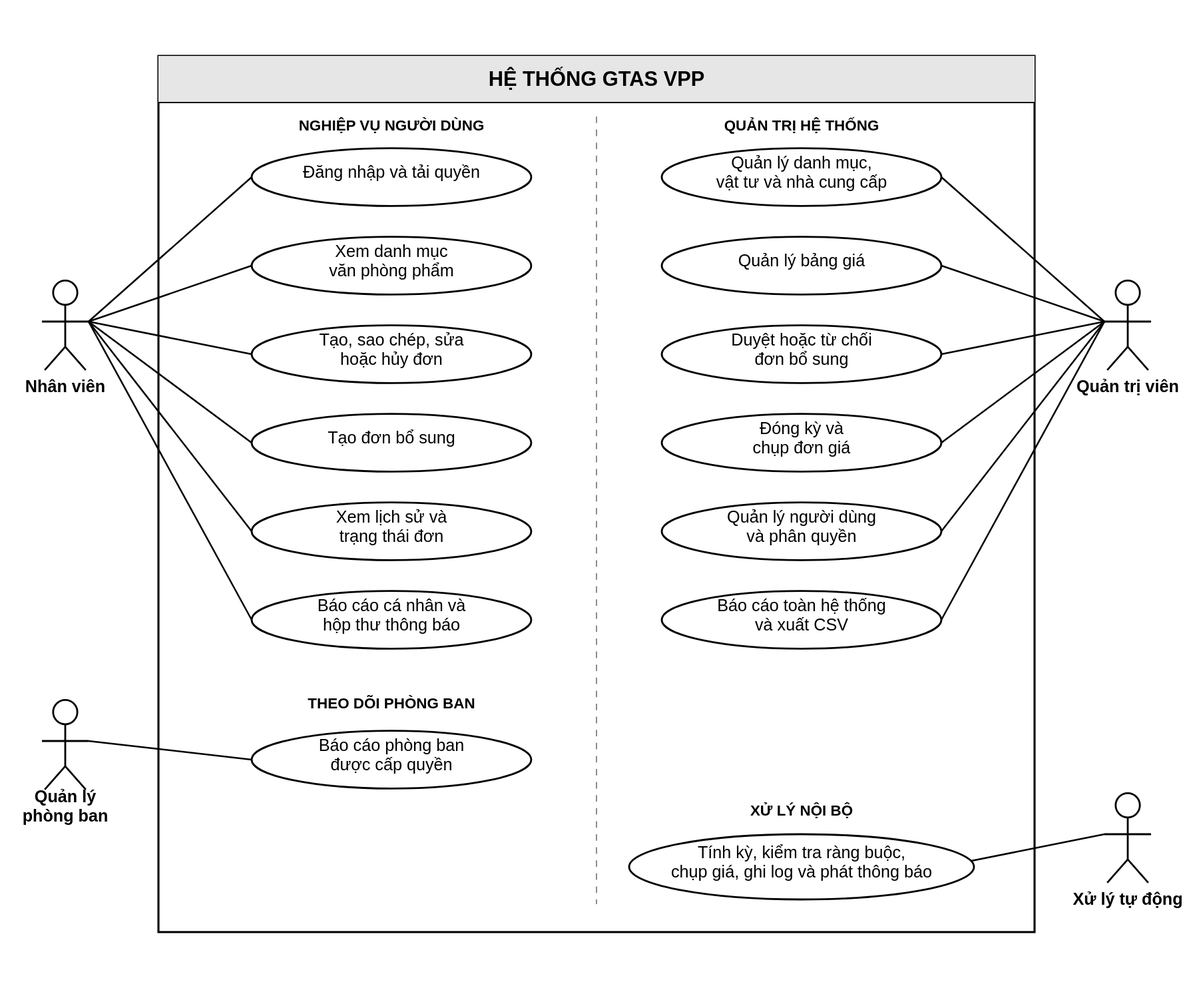
This is LVTN/diagrams/ch02/use-case-overview.svg from Miikey24s/gtas_vpp, a PlantUML export, as it was before one commit. Its source is kept beside it as LVTN/diagrams/ch02/use-case-overview.puml.
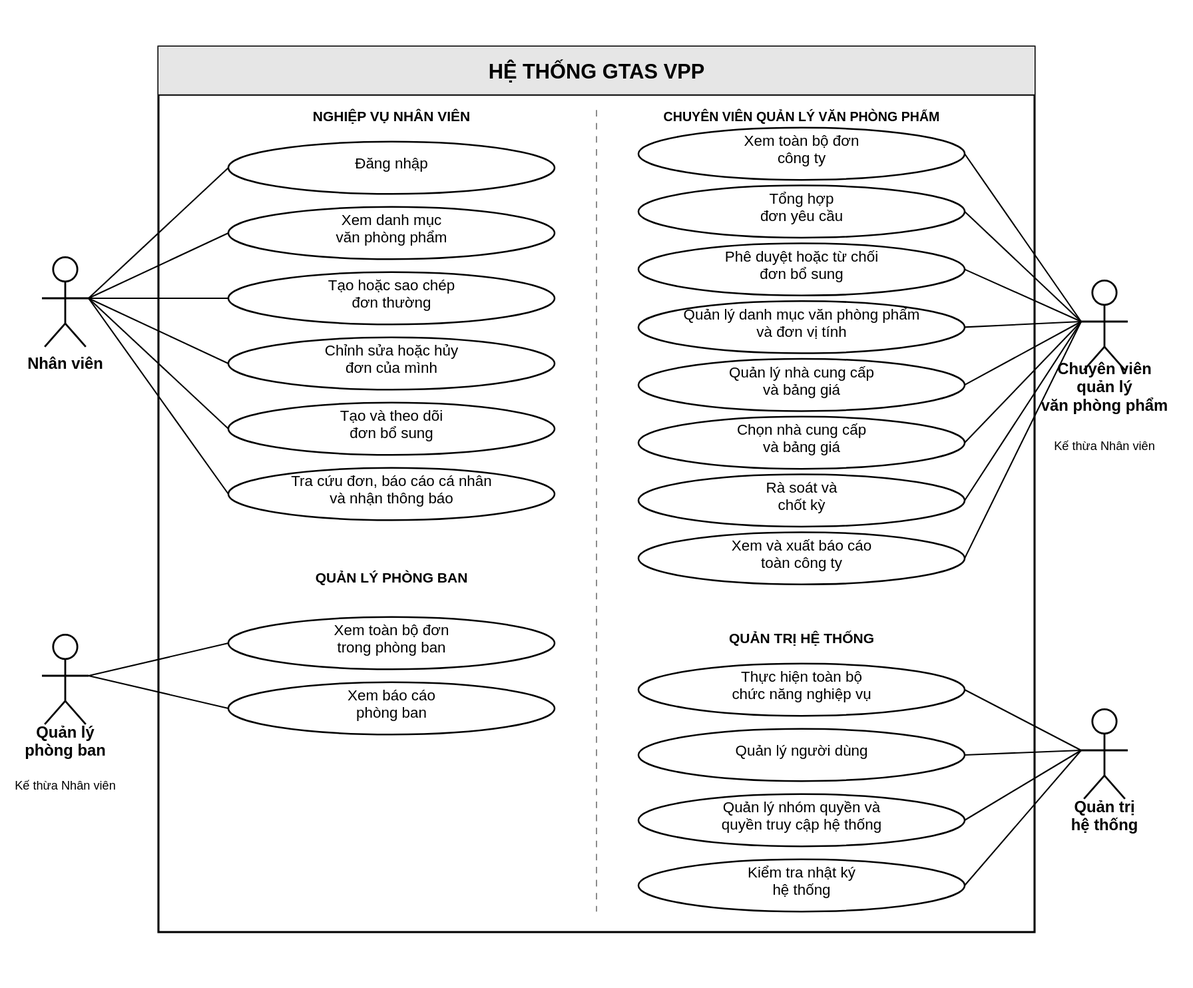
The same file after the commit.

Diff of the diagram source:
```diff
@@ -9,51 +9,61 @@
 
 title Sơ đồ use case tổng quát hệ thống GTAS VPP
 
-actor "Quản trị viên" as Admin
+actor "Nhân viên" as Employee
 actor "Quản lý\nphòng ban" as Manager
-actor "Nhân viên" as Employee
-actor "Xử lý tự động" as Automation
+actor "Chuyên viên\nquản lý\nvăn phòng phẩm" as Procurement
+actor "Quản trị\nhệ thống" as Admin
 
 rectangle "Hệ thống GTAS VPP" {
-  usecase "Đăng nhập và\ntải quyền" as UC_Login
-  usecase "Xem báo cáo cá nhân\nvà hộp thư thông báo" as UC_OwnReport
+  usecase "Đăng nhập" as UC_Login
+  usecase "Xem danh mục\nvăn phòng phẩm" as UC_Catalog
+  usecase "Tạo hoặc sao chép\nđơn thường" as UC_RequestCreate
+  usecase "Chỉnh sửa hoặc hủy\nđơn của mình" as UC_RequestUpdate
+  usecase "Tạo và theo dõi\nđơn bổ sung" as UC_Additional
+  usecase "Tra cứu đơn, báo cáo cá nhân\nvà nhận thông báo" as UC_EmployeeTracking
 
-  usecase "Quản lý danh mục,\nvật tư và nhà cung cấp" as UC_Master
-  usecase "Quản lý bảng giá" as UC_Price
-  usecase "Duyệt hoặc từ chối\nđơn bổ sung" as UC_Approve
-  usecase "Đóng kỳ và\nchụp đơn giá" as UC_Settle
-  usecase "Quản lý người dùng\nvà phân quyền" as UC_Permission
-  usecase "Báo cáo toàn hệ thống\nvà xuất CSV" as UC_Enterprise
+  usecase "Xem toàn bộ đơn\ntrong phòng ban" as UC_DepartmentOrders
+  usecase "Xem báo cáo\nphòng ban" as UC_DepartmentReport
 
-  usecase "Báo cáo phòng ban\nđược cấp quyền" as UC_Department
+  usecase "Xem toàn bộ đơn\ncông ty" as UC_CompanyOrders
+  usecase "Tổng hợp\nđơn yêu cầu" as UC_Consolidate
+  usecase "Phê duyệt hoặc từ chối\nđơn bổ sung" as UC_AdditionalApproval
+  usecase "Quản lý danh mục văn phòng phẩm\nvà đơn vị tính" as UC_CatalogManage
+  usecase "Quản lý nhà cung cấp\nvà bảng giá" as UC_SourcingManage
+  usecase "Chọn nhà cung cấp\nvà bảng giá" as UC_SelectSource
+  usecase "Rà soát và\nchốt kỳ" as UC_Settle
+  usecase "Xem và xuất báo cáo\ntoàn công ty" as UC_CompanyReport
 
-  usecase "Xem danh mục\nvăn phòng phẩm" as UC_Catalog
-  usecase "Tạo, sao chép, sửa\nhoặc hủy đơn" as UC_Request
-  usecase "Tạo đơn bổ sung" as UC_Additional
-  usecase "Xem lịch sử và\ntrạng thái đơn" as UC_History
-
-  usecase "Tính kỳ, kiểm tra ràng buộc,\nchụp giá, ghi log và phát thông báo" as UC_Automation
+  usecase "Thực hiện toàn bộ\nchức năng nghiệp vụ" as UC_AllBusiness
+  usecase "Quản lý người dùng" as UC_UserManage
+  usecase "Quản lý nhóm quyền và\nquyền truy cập hệ thống" as UC_Permission
+  usecase "Kiểm tra nhật ký\nhệ thống" as UC_Audit
 }
 
-Admin -- UC_Login
-Manager -- UC_Login
 Employee -- UC_Login
-Employee -- UC_OwnReport
+Employee -- UC_Catalog
+Employee -- UC_RequestCreate
+Employee -- UC_RequestUpdate
+Employee -- UC_Additional
+Employee -- UC_EmployeeTracking
 
-Admin -- UC_Master
-Admin -- UC_Price
-Admin -- UC_Approve
-Admin -- UC_Settle
+Manager --|> Employee
+Manager -- UC_DepartmentOrders
+Manager -- UC_DepartmentReport
+
+Procurement --|> Employee
+Procurement -- UC_CompanyOrders
+Procurement -- UC_Consolidate
+Procurement -- UC_AdditionalApproval
+Procurement -- UC_CatalogManage
+Procurement -- UC_SourcingManage
+Procurement -- UC_SelectSource
+Procurement -- UC_Settle
+Procurement -- UC_CompanyReport
+
+Admin -- UC_AllBusiness
+Admin -- UC_UserManage
 Admin -- UC_Permission
-Admin -- UC_Enterprise
-
-Manager -- UC_Department
-
-Employee -- UC_Catalog
-Employee -- UC_Request
-Employee -- UC_Additional
-Employee -- UC_History
-
-Automation -- UC_Automation
+Admin -- UC_Audit
 
 @enduml
```
